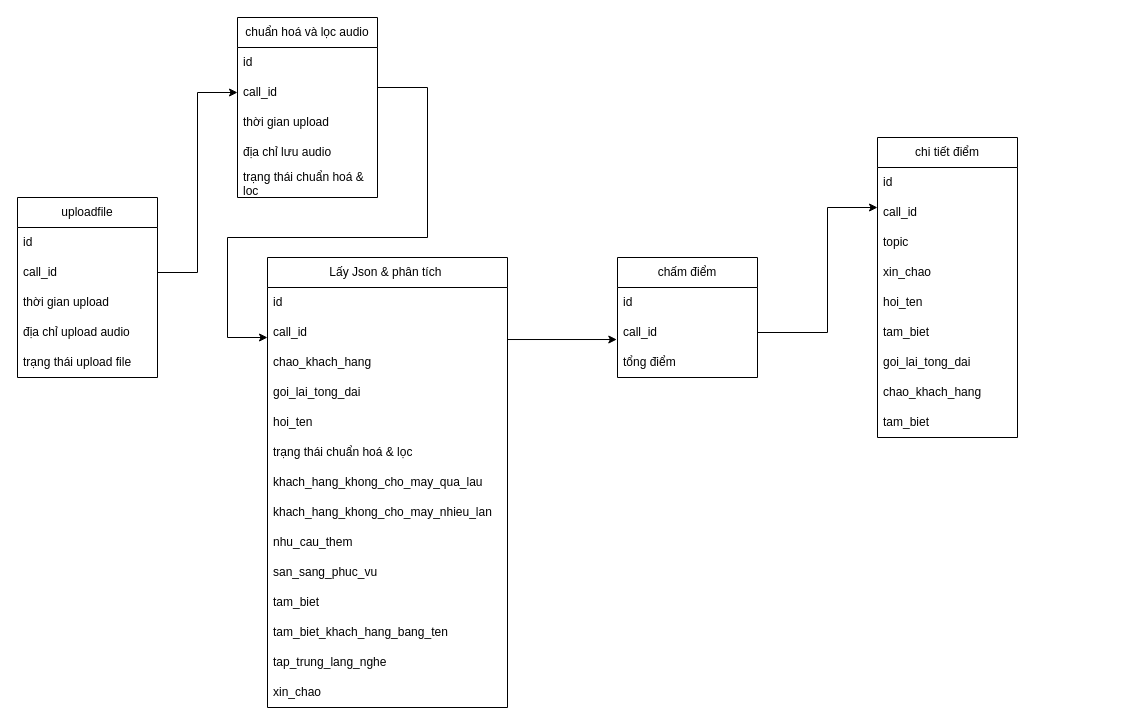
This is csdlthuctap.drawio from vuongnd03/black-had, a draw.io file, before an edit. Source tidied: cells renumbered, new cells numbered last; positions are measured from the earlier drawing's top-left corner, leaving out a move shared by most shapes. Both pictures are drawn from the tidied source at 100%, with x=0, y=0 at pixel (17, 17).
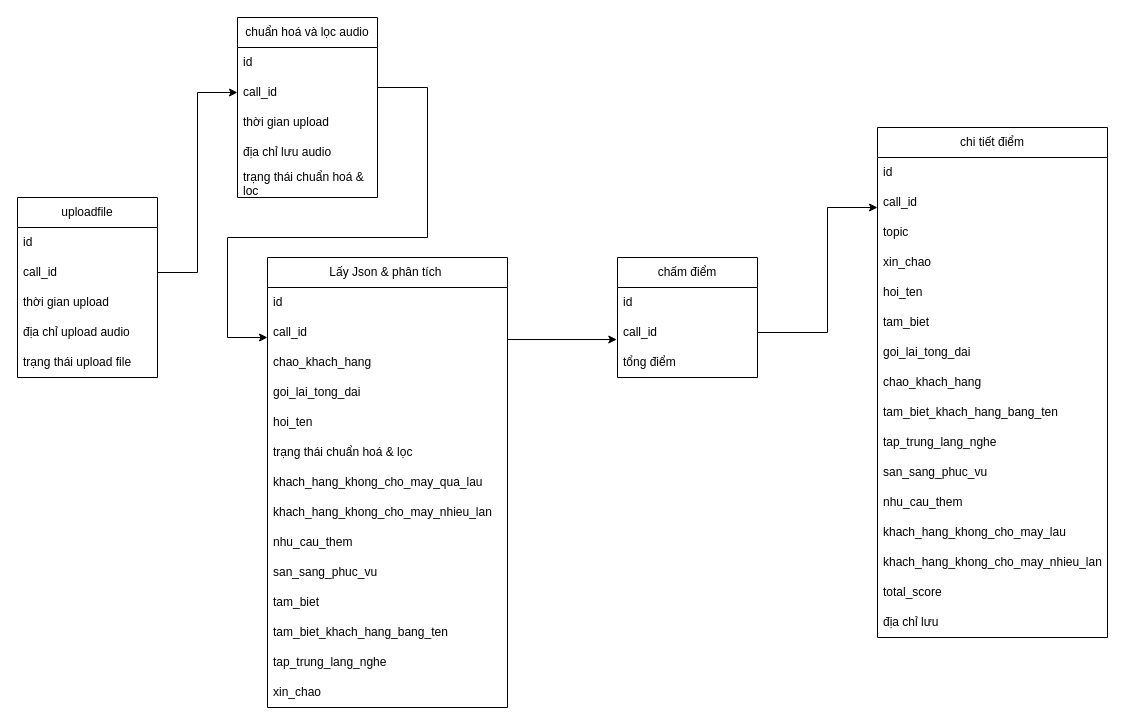
The same page after the edit.

The edit, as a diff of the source:
```diff
@@
     <mxCell id="36" value="chi tiết điểm" style="swimlane;fontStyle=0;horizontal=1;startSize=30;whiteSpace=wrap;html=1;" parent="1" vertex="1">
-      <mxGeometry x="860" y="120" width="140" height="300" as="geometry" />
+      <mxGeometry x="860" y="110" width="230" height="510" as="geometry" />
     </mxCell>
     <mxCell id="37" value="id" style="text;strokeColor=none;fillColor=none;align=left;verticalAlign=middle;spacingLeft=4;spacingRight=4;overflow=hidden;whiteSpace=wrap;html=1;" parent="36" vertex="1">
-      <mxGeometry y="30" width="140" height="30" as="geometry" />
+      <mxGeometry y="30" width="230" height="30" as="geometry" />
     </mxCell>
     <mxCell id="38" value="call_id" style="text;strokeColor=none;fillColor=none;align=left;verticalAlign=middle;spacingLeft=4;spacingRight=4;overflow=hidden;whiteSpace=wrap;html=1;" parent="36" vertex="1">
-      <mxGeometry y="60" width="140" height="30" as="geometry" />
+      <mxGeometry y="60" width="230" height="30" as="geometry" />
     </mxCell>
     <mxCell id="39" value="topic" style="text;strokeColor=none;fillColor=none;align=left;verticalAlign=middle;spacingLeft=4;spacingRight=4;overflow=hidden;whiteSpace=wrap;html=1;" parent="36" vertex="1">
-      <mxGeometry y="90" width="140" height="30" as="geometry" />
+      <mxGeometry y="90" width="230" height="30" as="geometry" />
     </mxCell>
     <mxCell id="40" value="xin_chao" style="text;strokeColor=none;fillColor=none;align=left;verticalAlign=middle;spacingLeft=4;spacingRight=4;overflow=hidden;whiteSpace=wrap;html=1;" parent="36" vertex="1">
-      <mxGeometry y="120" width="140" height="30" as="geometry" />
+      <mxGeometry y="120" width="230" height="30" as="geometry" />
     </mxCell>
     <mxCell id="41" value="hoi_ten" style="text;strokeColor=none;fillColor=none;align=left;verticalAlign=middle;spacingLeft=4;spacingRight=4;overflow=hidden;whiteSpace=wrap;html=1;" parent="36" vertex="1">
-      <mxGeometry y="150" width="140" height="30" as="geometry" />
+      <mxGeometry y="150" width="230" height="30" as="geometry" />
     </mxCell>
     <mxCell id="42" value="tam_biet" style="text;strokeColor=none;fillColor=none;align=left;verticalAlign=middle;spacingLeft=4;spacingRight=4;overflow=hidden;whiteSpace=wrap;html=1;" parent="36" vertex="1">
-      <mxGeometry y="180" width="140" height="30" as="geometry" />
+      <mxGeometry y="180" width="230" height="30" as="geometry" />
     </mxCell>
     <mxCell id="43" value="goi_lai_tong_dai" style="text;strokeColor=none;fillColor=none;align=left;verticalAlign=middle;spacingLeft=4;spacingRight=4;overflow=hidden;whiteSpace=wrap;html=1;" parent="36" vertex="1">
-      <mxGeometry y="210" width="140" height="30" as="geometry" />
+      <mxGeometry y="210" width="230" height="30" as="geometry" />
     </mxCell>
     <mxCell id="44" value="chao_khach_hang" style="text;strokeColor=none;fillColor=none;align=left;verticalAlign=middle;spacingLeft=4;spacingRight=4;overflow=hidden;whiteSpace=wrap;html=1;" parent="36" vertex="1">
-      <mxGeometry y="240" width="140" height="30" as="geometry" />
+      <mxGeometry y="240" width="230" height="30" as="geometry" />
     </mxCell>
-    <mxCell id="45" value="tam_biet" style="text;strokeColor=none;fillColor=none;align=left;verticalAlign=middle;spacingLeft=4;spacingRight=4;overflow=hidden;whiteSpace=wrap;html=1;" parent="36" vertex="1">
-      <mxGeometry y="270" width="140" height="30" as="geometry" />
+    <mxCell id="45" value="tam_biet_khach_hang_bang_ten" style="text;strokeColor=none;fillColor=none;align=left;verticalAlign=middle;spacingLeft=4;spacingRight=4;overflow=hidden;whiteSpace=wrap;html=1;" parent="36" vertex="1">
+      <mxGeometry y="270" width="230" height="30" as="geometry" />
     </mxCell>
+    <mxCell id="47" value="tap_trung_lang_nghe" style="text;strokeColor=none;fillColor=none;align=left;verticalAlign=middle;spacingLeft=4;spacingRight=4;overflow=hidden;whiteSpace=wrap;html=1;" parent="36" vertex="1">
+      <mxGeometry y="300" width="230" height="30" as="geometry" />
+    </mxCell>
+    <mxCell id="48" value="san_sang_phuc_vu" style="text;strokeColor=none;fillColor=none;align=left;verticalAlign=middle;spacingLeft=4;spacingRight=4;overflow=hidden;whiteSpace=wrap;html=1;" parent="36" vertex="1">
+      <mxGeometry y="330" width="230" height="30" as="geometry" />
+    </mxCell>
+    <mxCell id="49" value="nhu_cau_them" style="text;strokeColor=none;fillColor=none;align=left;verticalAlign=middle;spacingLeft=4;spacingRight=4;overflow=hidden;whiteSpace=wrap;html=1;" parent="36" vertex="1">
+      <mxGeometry y="360" width="230" height="30" as="geometry" />
+    </mxCell>
+    <mxCell id="50" value="khach_hang_khong_cho_may_lau" style="text;strokeColor=none;fillColor=none;align=left;verticalAlign=middle;spacingLeft=4;spacingRight=4;overflow=hidden;whiteSpace=wrap;html=1;" parent="36" vertex="1">
+      <mxGeometry y="390" width="230" height="30" as="geometry" />
+    </mxCell>
+    <mxCell id="51" value="khach_hang_khong_cho_may_nhieu_lan" style="text;strokeColor=none;fillColor=none;align=left;verticalAlign=middle;spacingLeft=4;spacingRight=4;overflow=hidden;whiteSpace=wrap;html=1;" parent="36" vertex="1">
+      <mxGeometry y="420" width="230" height="30" as="geometry" />
+    </mxCell>
+    <mxCell id="52" value="total_score" style="text;strokeColor=none;fillColor=none;align=left;verticalAlign=middle;spacingLeft=4;spacingRight=4;overflow=hidden;whiteSpace=wrap;html=1;" parent="36" vertex="1">
+      <mxGeometry y="450" width="230" height="30" as="geometry" />
+    </mxCell>
+    <mxCell id="53" value="địa chỉ lưu" style="text;strokeColor=none;fillColor=none;align=left;verticalAlign=middle;spacingLeft=4;spacingRight=4;overflow=hidden;whiteSpace=wrap;html=1;" parent="36" vertex="1">
+      <mxGeometry y="480" width="230" height="30" as="geometry" />
+    </mxCell>
```
